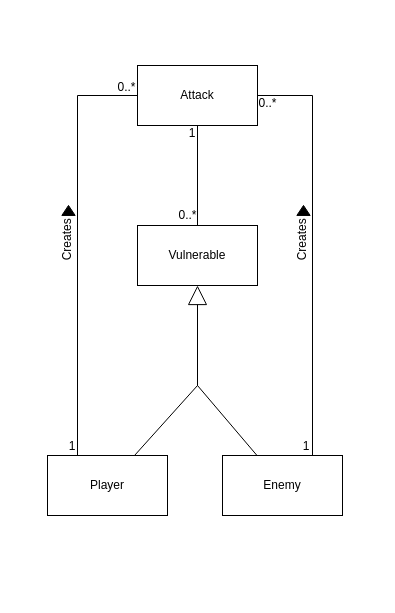
This is documentation/domain_Vulnerable.drawio from OGgrizzley/sconce, a draw.io file, before an edit. Source tidied: cells renumbered, new cells numbered last; positions are measured from the earlier drawing's top-left corner, leaving out a move shared by most shapes. Both pictures are drawn from the tidied source at 100%, with x=0, y=0 at pixel (37, 65).
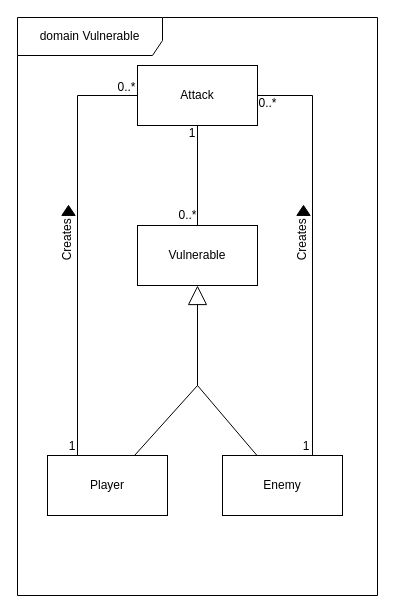
The same diagram, later.

Diff of the diagram source:
```diff
@@
+    <mxCell id="23" value="domain Vulnerable" style="shape=umlFrame;whiteSpace=wrap;html=1;fillColor=#FFFFFF;width=145;height=38;" parent="1" vertex="1">
+      <mxGeometry x="-20" y="-48" width="360" height="578" as="geometry" />
+    </mxCell>
```
